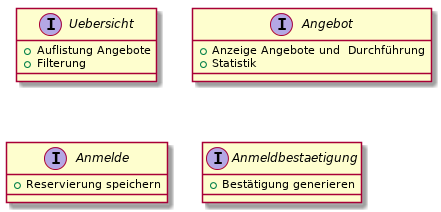
This is doc/pitch/interfaces.png from timofurrer/hslu-xml-technologies, a PlantUML export, as it was before one commit. The source it was exported from:
```plantuml
@startuml


interface Uebersicht {
  +Auflistung Angebote
  +Filterung
}

interface Angebot {
  +Anzeige Angebote und  Durchführung
  +Statistik
}
interface Anmelde {
  +Reservierung speichern
}
interface Anmeldbestaetigung {
  +Bestätigung generieren
}

@enduml
```
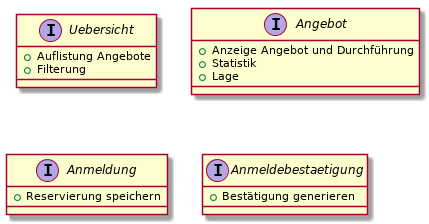
After the change.

What changed in the source:
```diff
@@ -7,13 +7,14 @@
 }
 
 interface Angebot {
-  +Anzeige Angebote und  Durchführung
+  +Anzeige Angebot und Durchführung
   +Statistik
+  +Lage
 }
-interface Anmelde {
+interface Anmeldung {
   +Reservierung speichern
 }
-interface Anmeldbestaetigung {
+interface Anmeldebestaetigung {
   +Bestätigung generieren
 }
 
```
